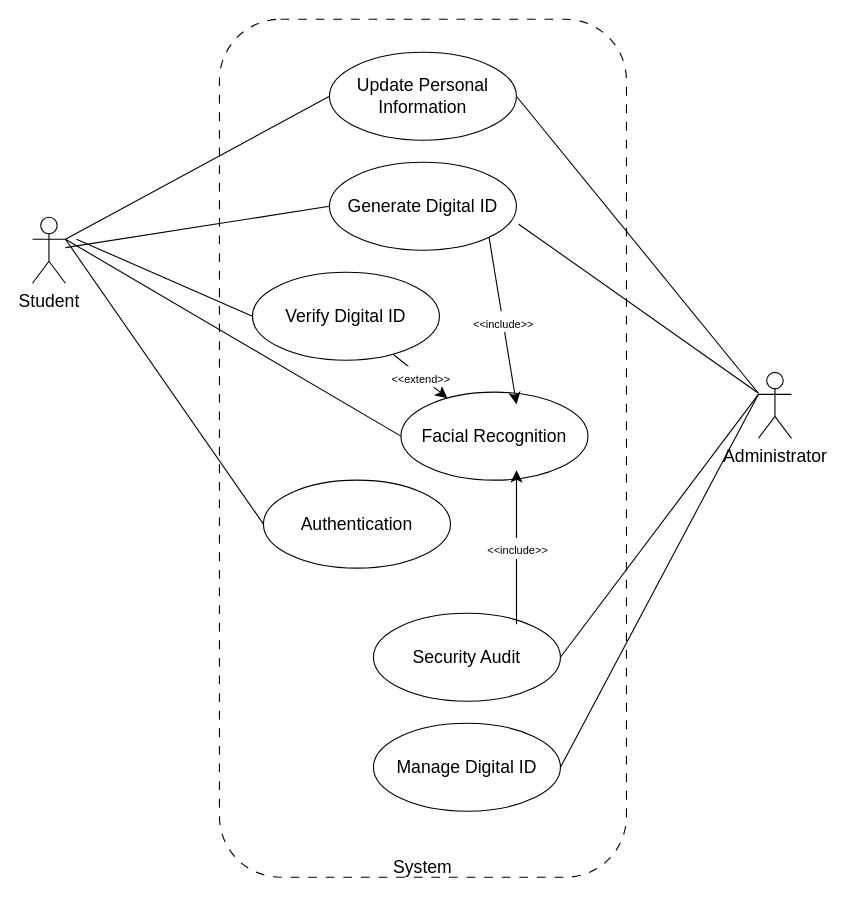
Above: UCD.drawio in lahirub99/Computer-Security-CA (draw.io), before the change. Source tidied: cells renumbered, new cells numbered last; positions are measured from the earlier drawing's top-left corner, leaving out a move shared by most shapes. Both pictures are drawn from the tidied source at 110%, with x=0, y=0 at pixel (32, 19).
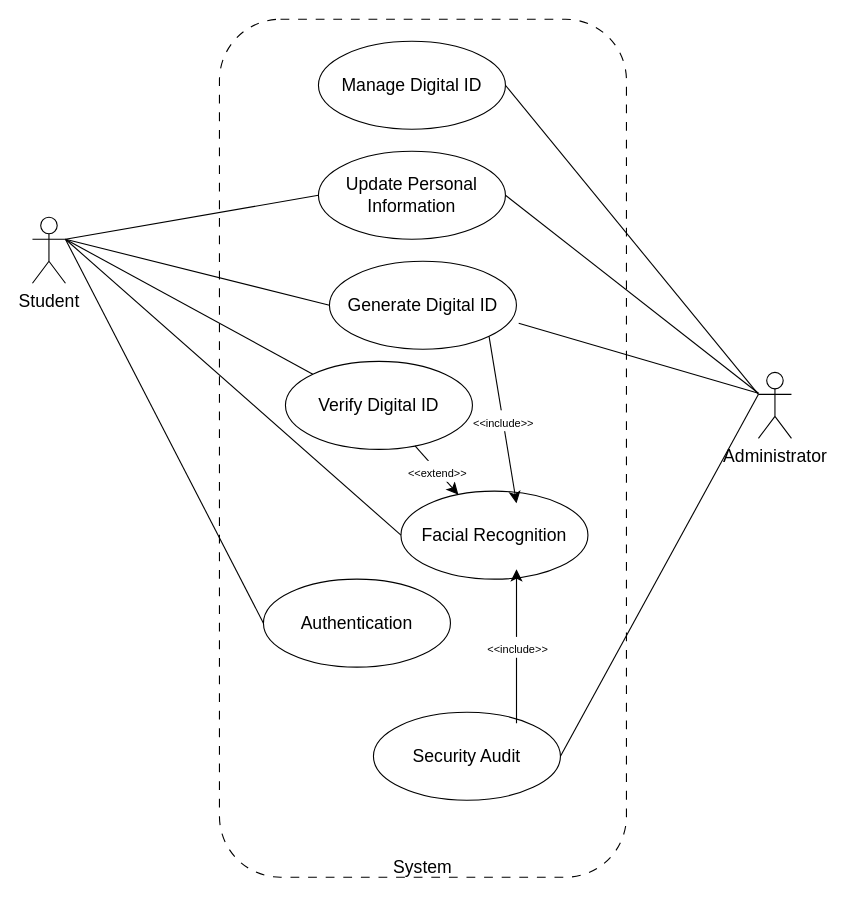
The same page after the edit.

The change refers to these unchanged cells:
```xml
<mxCell id="3" value="Student" style="shape=umlActor;verticalLabelPosition=bottom;verticalAlign=top;html=1;outlineConnect=0;fontSize=16;" parent="1" vertex="1">
  <mxGeometry y="180" width="30" height="60" as="geometry" />
</mxCell>
```

The edit, as a diff of the source:
```diff
@@
     <mxCell id="4" value="Generate Digital ID" style="ellipse;whiteSpace=wrap;html=1;fontSize=16;" parent="1" vertex="1">
-      <mxGeometry x="270" y="130" width="170" height="80" as="geometry" />
+      <mxGeometry x="270" y="220" width="170" height="80" as="geometry" />
     </mxCell>
     <mxCell id="5" value="Verify Digital ID" style="ellipse;whiteSpace=wrap;html=1;fontSize=16;" parent="1" vertex="1">
-      <mxGeometry x="200" y="230" width="170" height="80" as="geometry" />
+      <mxGeometry x="230" y="311" width="170" height="80" as="geometry" />
     </mxCell>
     <mxCell id="6" value="Update Personal Information" style="ellipse;whiteSpace=wrap;html=1;fontSize=16;" parent="1" vertex="1">
-      <mxGeometry x="270" y="30" width="170" height="80" as="geometry" />
+      <mxGeometry x="260" y="120" width="170" height="80" as="geometry" />
     </mxCell>
     <mxCell id="7" value="Manage Digital ID" style="ellipse;whiteSpace=wrap;html=1;fontSize=16;" parent="1" vertex="1">
-      <mxGeometry x="310" y="640" width="170" height="80" as="geometry" />
+      <mxGeometry x="260" y="20" width="170" height="80" as="geometry" />
     </mxCell>
     <mxCell id="8" value="Facial Recognition" style="ellipse;whiteSpace=wrap;html=1;fontSize=16;" parent="1" vertex="1">
-      <mxGeometry x="335" y="339" width="170" height="80" as="geometry" />
+      <mxGeometry x="335" y="429" width="170" height="80" as="geometry" />
     </mxCell>
     <mxCell id="9" value="Security Audit" style="ellipse;whiteSpace=wrap;html=1;fontSize=16;" parent="1" vertex="1">
-      <mxGeometry x="310" y="540" width="170" height="80" as="geometry" />
+      <mxGeometry x="310" y="630" width="170" height="80" as="geometry" />
     </mxCell>
     <mxCell id="10" value="Authentication" style="ellipse;whiteSpace=wrap;html=1;fontSize=16;" parent="1" vertex="1">
-      <mxGeometry x="210" y="419" width="170" height="80" as="geometry" />
+      <mxGeometry x="210" y="509" width="170" height="80" as="geometry" />
     </mxCell>
@@
-    <mxCell id="12" style="endArrow=none;html=1;rounded=0;fontSize=12;startSize=8;endSize=8;curved=1;entryX=0;entryY=0.5;entryDx=0;entryDy=0;" parent="1" edge="1" source="3" target="4">
-      <mxGeometry relative="1" as="geometry" />
+    <mxCell id="12" style="endArrow=none;html=1;rounded=0;fontSize=12;startSize=8;endSize=8;curved=1;entryX=0;entryY=0.5;entryDx=0;entryDy=0;" parent="1" edge="1" target="4">
+      <mxGeometry relative="1" as="geometry">
+        <mxPoint x="30" y="200" as="sourcePoint" />
+      </mxGeometry>
     </mxCell>
@@
-    <mxCell id="14" style="endArrow=none;html=1;rounded=0;fontSize=12;startSize=8;endSize=8;curved=1;entryX=0;entryY=0.5;entryDx=0;entryDy=0;" parent="1" edge="1" target="5">
+    <mxCell id="14" style="endArrow=none;html=1;rounded=0;fontSize=12;startSize=8;endSize=8;curved=1;entryX=0;entryY=0;entryDx=0;entryDy=0;" parent="1" edge="1" target="5">
       <mxGeometry relative="1" as="geometry">
-        <mxPoint x="40" y="200" as="sourcePoint" />
+        <mxPoint x="30" y="200" as="sourcePoint" />
       </mxGeometry>
     </mxCell>
```
